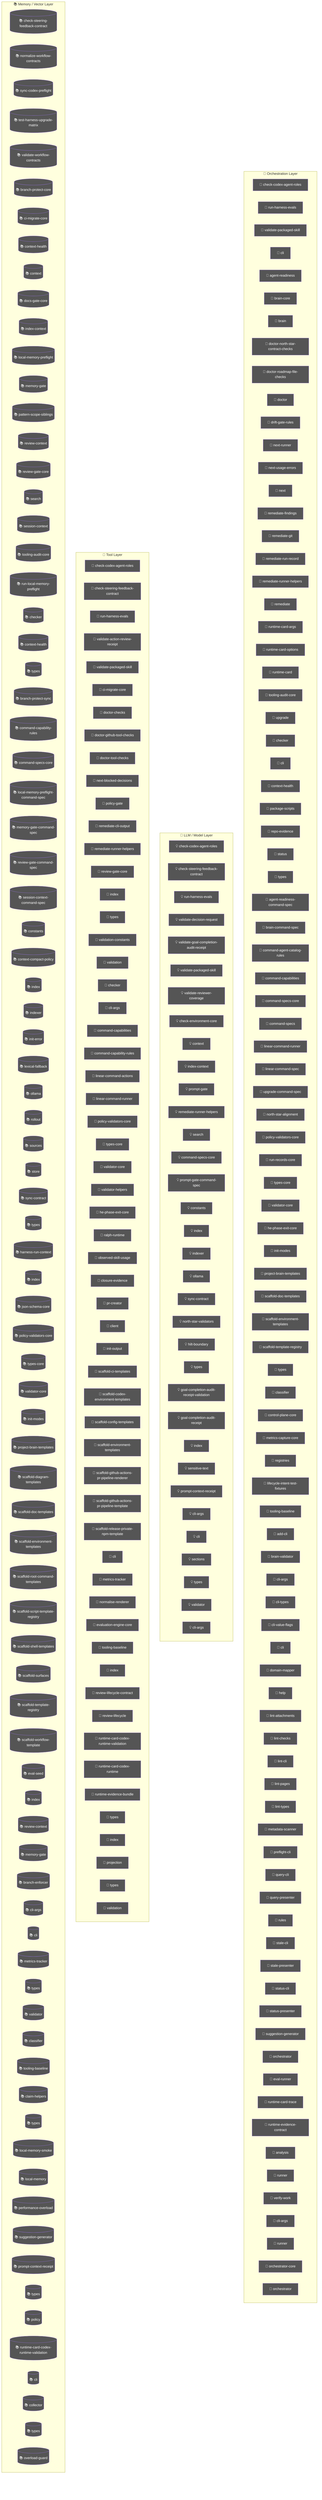
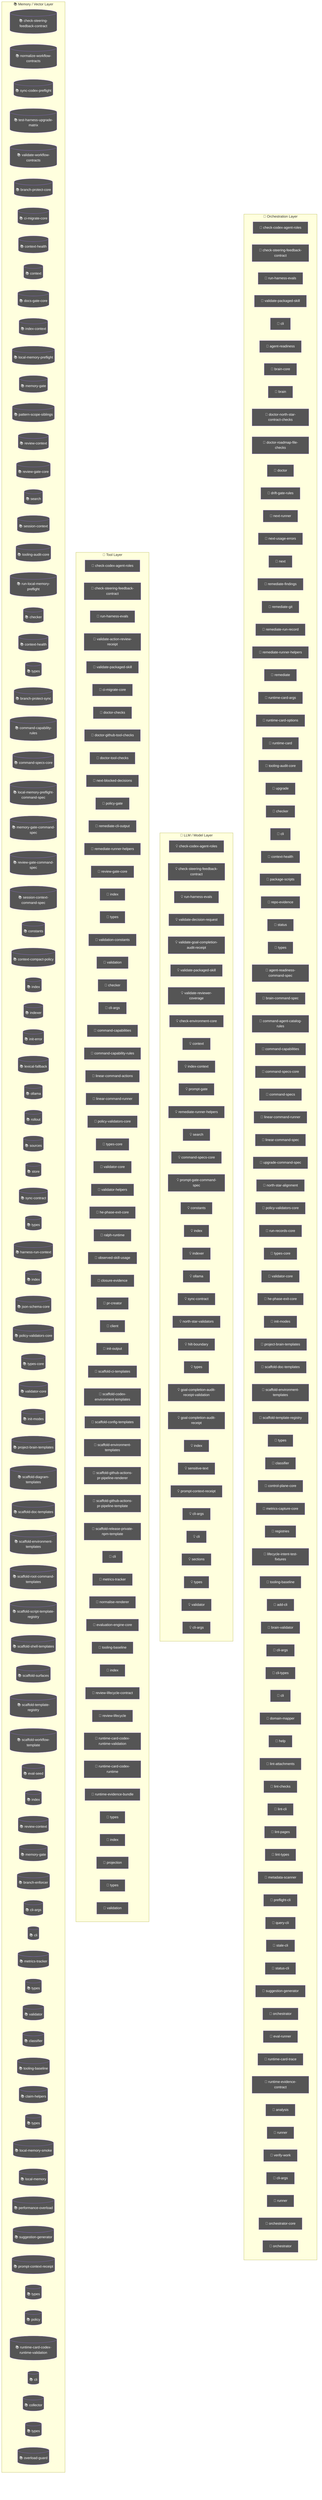
flowchart TD
  subgraph Orchestration["🎯 Orchestration Layer"]
    node_agent_mmd_orchestration_layer_orchestration_chec_7a9f0b64["🤖 check-codex-agent-roles"]
+     node_agent_mmd_orchestration_layer_orchestration_chec_7fd47f5c["🤖 check-steering-feedback-contract"]
    node_agent_mmd_orchestration_layer_orchestration_run__18817957["🤖 run-harness-evals"]
    node_agent_mmd_orchestration_layer_orchestration_vali_c01b04be["🤖 validate-packaged-skill"]
    cli_99bb8840["🤖 cli"]
    agent_readiness_c82c68e6["🤖 agent-readiness"]
    brain_core_aa07c380["🤖 brain-core"]
    brain_bbbf7a64["🤖 brain"]
    doctor_north_star_contract_checks_0048124c["🤖 doctor-north-star-contract-checks"]
    doctor_roadmap_file_checks_14447b8e["🤖 doctor-roadmap-file-checks"]
    doctor_72f4be89["🤖 doctor"]
    drift_gate_rules_9685e72d["🤖 drift-gate-rules"]
    next_runner_41643472["🤖 next-runner"]
    next_usage_errors_837a345a["🤖 next-usage-errors"]
    next_c6c1c9a9["🤖 next"]
    remediate_findings_8b09c8c6["🤖 remediate-findings"]
    remediate_git_58c6f6f4["🤖 remediate-git"]
    remediate_run_record_9dfe5dc1["🤖 remediate-run-record"]
    node_agent_mmd_orchestration_layer_orchestration_reme_359fe98f["🤖 remediate-runner-helpers"]
    remediate_06b9c7fc["🤖 remediate"]
    runtime_card_args_2b3d4b28["🤖 runtime-card-args"]
    runtime_card_options_c9156ad5["🤖 runtime-card-options"]
    runtime_card_e06b53e1["🤖 runtime-card"]
    node_agent_mmd_orchestration_layer_orchestration_tool_acfe0c01["🤖 tooling-audit-core"]
    upgrade_7fef9479["🤖 upgrade"]
    node_agent_mmd_orchestration_layer_orchestration_chec_0550c395["🤖 checker"]
    cli_1_084e05fe["🤖 cli"]
    node_agent_mmd_orchestration_layer_orchestration_cont_61b3b9c9["🤖 context-health"]
    package_scripts_3ee6150f["🤖 package-scripts"]
    repo_evidence_38bb1de5["🤖 repo-evidence"]
    status_073c1634["🤖 status"]
    node_agent_mmd_orchestration_layer_orchestration_type_4f906dcc["🤖 types"]
    agent_readiness_command_spec_a30c2c1e["🤖 agent-readiness-command-spec"]
    brain_command_spec_15b122d5["🤖 brain-command-spec"]
    command_agent_catalog_rules_8e06b2af["🤖 command-agent-catalog-rules"]
    node_agent_mmd_orchestration_layer_orchestration_comm_6e41a7f7["🤖 command-capabilities"]
    node_agent_mmd_orchestration_layer_orchestration_comm_1f8cc24c["🤖 command-specs-core"]
    command_specs_69167c63["🤖 command-specs"]
    node_agent_mmd_orchestration_layer_orchestration_line_b67affd5["🤖 linear-command-runner"]
    linear_command_spec_1e12dd44["🤖 linear-command-spec"]
    upgrade_command_spec_03f6c7bd["🤖 upgrade-command-spec"]
    north_star_alignment_00440188["🤖 north-star-alignment"]
    node_agent_mmd_orchestration_layer_orchestration_poli_3270b55d["🤖 policy-validators-core"]
    run_records_core_89286dfa["🤖 run-records-core"]
    node_agent_mmd_orchestration_layer_orchestration_type_7cf81261["🤖 types-core"]
    node_agent_mmd_orchestration_layer_orchestration_vali_d9fe99e6["🤖 validator-core"]
    node_agent_mmd_orchestration_layer_orchestration_he_p_fc778c24["🤖 he-phase-exit-core"]
    node_agent_mmd_orchestration_layer_orchestration_init_2a9c3ecb["🤖 init-modes"]
    node_agent_mmd_orchestration_layer_orchestration_proj_6ab6f60f["🤖 project-brain-templates"]
    node_agent_mmd_orchestration_layer_orchestration_scaf_12cc07db["🤖 scaffold-doc-templates"]
    node_agent_mmd_orchestration_layer_orchestration_scaf_c9a90c2f["🤖 scaffold-environment-templates"]
    node_agent_mmd_orchestration_layer_orchestration_scaf_ff8f92f6["🤖 scaffold-template-registry"]
    types_14_fe7507be["🤖 types"]
    node_agent_mmd_orchestration_layer_orchestration_clas_899b821a["🤖 classifier"]
    control_plane_core_db3b4cb2["🤖 control-plane-core"]
    metrics_capture_core_db4bf7cf["🤖 metrics-capture-core"]
    registries_06402afa["🤖 registries"]
    lifecycle_intent_test_fixtures_a53c7ada["🤖 lifecycle-intent-test-fixtures"]
    node_agent_mmd_orchestration_layer_orchestration_tool_cc43149f["🤖 tooling-baseline"]
    add_cli_7614de25["🤖 add-cli"]
    brain_validator_be251832["🤖 brain-validator"]
    cli_args_8_d546936e["🤖 cli-args"]
    cli_types_1686e858["🤖 cli-types"]
-     cli_value_flags_732a8e43["🤖 cli-value-flags"]
    cli_9_b54c1407["🤖 cli"]
    domain_mapper_cd9333d2["🤖 domain-mapper"]
    help_106a5842["🤖 help"]
    lint_attachments_873c0632["🤖 lint-attachments"]
    lint_checks_83522b19["🤖 lint-checks"]
    lint_cli_9ec62ec0["🤖 lint-cli"]
    lint_pages_e33301d0["🤖 lint-pages"]
    lint_types_2862c255["🤖 lint-types"]
    metadata_scanner_6a101b66["🤖 metadata-scanner"]
    preflight_cli_5d148379["🤖 preflight-cli"]
    query_cli_b95be64d["🤖 query-cli"]
-     query_presenter_02e6077c["🤖 query-presenter"]
-     rules_6c621d1a["🤖 rules"]
    stale_cli_64548720["🤖 stale-cli"]
-     stale_presenter_1de4e3a2["🤖 stale-presenter"]
    status_cli_4c24a0d6["🤖 status-cli"]
-     status_presenter_8de686c1["🤖 status-presenter"]
    node_agent_mmd_orchestration_layer_orchestration_sugg_85c5ebe3["🤖 suggestion-generator"]
    orchestrator_11376b7e["🤖 orchestrator"]
    eval_runner_0966a6b3["🤖 eval-runner"]
    runtime_card_trace_64a5ca95["🤖 runtime-card-trace"]
    runtime_evidence_contract_0f7b15b2["🤖 runtime-evidence-contract"]
    analysis_f44e85c4["🤖 analysis"]
    runner_527aa9f4["🤖 runner"]
    verify_work_1_cd8e7ec3["🤖 verify-work"]
    cli_args_14_3481043e["🤖 cli-args"]
    runner_1_6f281bf8["🤖 runner"]
    orchestrator_core_d0678b53["🤖 orchestrator-core"]
    orchestrator_1_6b7137c5["🤖 orchestrator"]
  end
  subgraph LLMLayer["🧠 LLM / Model Layer"]
    node_agent_mmd_llm_model_layer_llmlayer_check_codex_a_29e7b7fa["💡 check-codex-agent-roles"]
-     node_agent_mmd_llm_model_layer_llmlayer_check_steerin_a7dbbd2f["💡 check-steering-feedback-contract"]
+     node_agent_mmd_llm_model_layer_llmlayer_check_steerin_0e1bf90d["💡 check-steering-feedback-contract"]
    node_agent_mmd_llm_model_layer_llmlayer_run_harness_e_603fcfdc["💡 run-harness-evals"]
    validate_decision_request_2e5c325e["💡 validate-decision-request"]
    validate_goal_completion_audit_receipt_100d252c["💡 validate-goal-completion-audit-receipt"]
    node_agent_mmd_llm_model_layer_llmlayer_validate_pack_2a12e1f4["💡 validate-packaged-skill"]
    validate_reviewer_coverage_251efee3["💡 validate-reviewer-coverage"]
    check_environment_core_2c16213f["💡 check-environment-core"]
    node_agent_mmd_llm_model_layer_llmlayer_context_conte_ad2dfbd9["💡 context"]
    node_agent_mmd_llm_model_layer_llmlayer_index_context_1041bd11["💡 index-context"]
    prompt_gate_c5e9d207["💡 prompt-gate"]
    node_agent_mmd_llm_model_layer_llmlayer_remediate_run_9e3d4585["💡 remediate-runner-helpers"]
    node_agent_mmd_llm_model_layer_llmlayer_search_search_66b9a911["💡 search"]
    node_agent_mmd_llm_model_layer_llmlayer_command_specs_782af9fa["💡 command-specs-core"]
    prompt_gate_command_spec_9a941482["💡 prompt-gate-command-spec"]
    node_agent_mmd_llm_model_layer_llmlayer_constants_con_c9bd3f6c["💡 constants"]
    node_agent_mmd_llm_model_layer_llmlayer_index_index_1_02e160ff["💡 index"]
    node_agent_mmd_llm_model_layer_llmlayer_indexer_index_4f4deef5["💡 indexer"]
    node_agent_mmd_llm_model_layer_llmlayer_ollama_ollama_968b23fa["💡 ollama"]
    node_agent_mmd_llm_model_layer_llmlayer_sync_contract_9f3cc8c1["💡 sync-contract"]
    north_star_validators_cfc926ce["💡 north-star-validators"]
    hilt_boundary_9b36fb15["💡 hilt-boundary"]
    types_8_f6283648["💡 types"]
    goal_completion_audit_receipt_validation_9d0f4891["💡 goal-completion-audit-receipt-validation"]
    goal_completion_audit_receipt_5e4939c3["💡 goal-completion-audit-receipt"]
    index_3_7e40d474["💡 index"]
    sensitive_text_7c11f760["💡 sensitive-text"]
    node_agent_mmd_llm_model_layer_llmlayer_index_index_1_02e160ff["💡 index"]
    node_agent_mmd_llm_model_layer_llmlayer_prompt_contex_6426acc2["💡 prompt-context-receipt"]
    cli_args_9_9c136878["💡 cli-args"]
    cli_10_35dc8cbd["💡 cli"]
    sections_4697ef32["💡 sections"]
    types_24_c63dc1a7["💡 types"]
    validator_6_3688adbf["💡 validator"]
    cli_args_10_861cdd3f["💡 cli-args"]
  end
  subgraph ToolLayer["🔧 Tool Layer"]
    node_agent_mmd_tool_layer_toollayer_check_codex_agent_4b361d5a["🔧 check-codex-agent-roles"]
-     node_agent_mmd_tool_layer_toollayer_check_steering_fe_84ed22c2["🔧 check-steering-feedback-contract"]
+     node_agent_mmd_tool_layer_toollayer_check_steering_fe_eafecf3a["🔧 check-steering-feedback-contract"]
    node_agent_mmd_tool_layer_toollayer_run_harness_evals_e2ee24f1["🔧 run-harness-evals"]
    validate_action_review_receipt_fa2f06c3["🔧 validate-action-review-receipt"]
    node_agent_mmd_tool_layer_toollayer_validate_packaged_2855c827["🔧 validate-packaged-skill"]
    node_agent_mmd_tool_layer_toollayer_ci_migrate_core_c_049f8460["🔧 ci-migrate-core"]
    doctor_checks_5a2eb2b9["🔧 doctor-checks"]
    doctor_github_tool_checks_a53b0382["🔧 doctor-github-tool-checks"]
    doctor_tool_checks_4acac51a["🔧 doctor-tool-checks"]
    next_blocked_decisions_4140ad2b["🔧 next-blocked-decisions"]
    policy_gate_213f7313["🔧 policy-gate"]
    remediate_cli_output_cc165396["🔧 remediate-cli-output"]
    node_agent_mmd_tool_layer_toollayer_remediate_runner__c003b871["🔧 remediate-runner-helpers"]
    node_agent_mmd_tool_layer_toollayer_review_gate_core__7704598b["🔧 review-gate-core"]
    index_1bc04b52["🔧 index"]
    types_1_4ecdf56e["🔧 types"]
    validation_constants_e002a0f6["🔧 validation-constants"]
    validation_98c41dcd["🔧 validation"]
    node_agent_mmd_tool_layer_toollayer_checker_checker_2_453d593b["🔧 checker"]
    cli_args_1_6144b055["🔧 cli-args"]
    node_agent_mmd_tool_layer_toollayer_command_capabilit_7fe13db1["🔧 command-capabilities"]
    node_agent_mmd_tool_layer_toollayer_command_capabilit_e97a4615["🔧 command-capability-rules"]
    linear_command_actions_e430f4f4["🔧 linear-command-actions"]
    node_agent_mmd_tool_layer_toollayer_linear_command_ru_d6763748["🔧 linear-command-runner"]
    node_agent_mmd_tool_layer_toollayer_policy_validators_af136abf["🔧 policy-validators-core"]
    node_agent_mmd_tool_layer_toollayer_types_core_types__6c8319b6["🔧 types-core"]
    node_agent_mmd_tool_layer_toollayer_validator_core_va_6ef6131f["🔧 validator-core"]
    validator_helpers_7b927667["🔧 validator-helpers"]
    node_agent_mmd_tool_layer_toollayer_he_phase_exit_cor_af016160["🔧 he-phase-exit-core"]
    ralph_runtime_73d63c0e["🔧 ralph-runtime"]
    observed_skill_usage_ed7d5930["🔧 observed-skill-usage"]
    closure_evidence_aaa31467["🔧 closure-evidence"]
    pr_creator_dc6b1ea4["🔧 pr-creator"]
    client_948fe603["🔧 client"]
    init_output_360dce91["🔧 init-output"]
    scaffold_ci_templates_2afd6392["🔧 scaffold-ci-templates"]
    scaffold_codex_environment_templates_334fbbed["🔧 scaffold-codex-environment-templates"]
    scaffold_config_templates_4b80ce53["🔧 scaffold-config-templates"]
    node_agent_mmd_tool_layer_toollayer_scaffold_environm_c1afc013["🔧 scaffold-environment-templates"]
    scaffold_github_actions_pr_pipeline_renderer_1ee18de5["🔧 scaffold-github-actions-pr-pipeline-renderer"]
    scaffold_github_actions_pr_pipeline_template_e2b85f62["🔧 scaffold-github-actions-pr-pipeline-template"]
    scaffold_release_private_npm_template_075499f8["🔧 scaffold-release-private-npm-template"]
    node_agent_mmd_tool_layer_toollayer_cli_cli_2_1_32d9eeaf["🔧 cli"]
    node_agent_mmd_tool_layer_toollayer_metrics_tracker_m_4c9237d8["🔧 metrics-tracker"]
    normalise_renderer_85f2e563["🔧 normalise-renderer"]
    evaluation_engine_core_e054fe49["🔧 evaluation-engine-core"]
    node_agent_mmd_tool_layer_toollayer_tooling_baseline__61e66e9f["🔧 tooling-baseline"]
    index_10_f6785a46["🔧 index"]
    review_lifecycle_contract_e5447221["🔧 review-lifecycle-contract"]
    review_lifecycle_89afa64c["🔧 review-lifecycle"]
    node_agent_mmd_tool_layer_toollayer_runtime_card_code_3636ceac["🔧 runtime-card-codex-runtime-validation"]
    runtime_card_codex_runtime_0655e230["🔧 runtime-card-codex-runtime"]
    runtime_evidence_bundle_d471a232["🔧 runtime-evidence-bundle"]
    types_33_16e22a82["🔧 types"]
    index_13_97df39c8["🔧 index"]
    projection_1b250ea1["🔧 projection"]
    types_35_93e66c64["🔧 types"]
    validation_5_42b61683["🔧 validation"]
  end
  subgraph MemoryLayer["📚 Memory / Vector Layer"]
-     node_agent_mmd_memory_vector_layer_memorylayer_check__d71f8993[("📚 check-steering-feedback-contract")]
+     node_agent_mmd_memory_vector_layer_memorylayer_check__64c86928[("📚 check-steering-feedback-contract")]
    normalize_workflow_contracts_8701f1c8[("📚 normalize-workflow-contracts")]
    sync_codex_preflight_7e7a8dc2[("📚 sync-codex-preflight")]
    test_harness_upgrade_matrix_84113c4e[("📚 test-harness-upgrade-matrix")]
    validate_workflow_contracts_33dc063c[("📚 validate-workflow-contracts")]
    branch_protect_core_a8feb0fd[("📚 branch-protect-core")]
    node_agent_mmd_memory_vector_layer_memorylayer_ci_mig_0cd5b1a4[("📚 ci-migrate-core")]
    context_health_80bb7da9[("📚 context-health")]
    node_agent_mmd_memory_vector_layer_memorylayer_contex_78ceaaa9[("📚 context")]
    docs_gate_core_eb9b6c18[("📚 docs-gate-core")]
    node_agent_mmd_memory_vector_layer_memorylayer_index__6f3402d0[("📚 index-context")]
    local_memory_preflight_dcc36c42[("📚 local-memory-preflight")]
    memory_gate_a577a506[("📚 memory-gate")]
    pattern_scope_siblings_43abe000[("📚 pattern-scope-siblings")]
    review_context_ca6cf81d[("📚 review-context")]
    node_agent_mmd_memory_vector_layer_memorylayer_review_5bee9816[("📚 review-gate-core")]
    node_agent_mmd_memory_vector_layer_memorylayer_search_ac35cb7e[("📚 search")]
    session_context_e5ec72c0[("📚 session-context")]
    node_agent_mmd_memory_vector_layer_memorylayer_toolin_a1185b8f[("📚 tooling-audit-core")]
    run_local_memory_preflight_36e92808[("📚 run-local-memory-preflight")]
    node_agent_mmd_memory_vector_layer_memorylayer_checke_a583eb4f[("📚 checker")]
    node_agent_mmd_memory_vector_layer_memorylayer_contex_fe0865d6[("📚 context-health")]
    node_agent_mmd_memory_vector_layer_memorylayer_types__9ad640a0[("📚 types")]
    branch_protect_sync_570adb18[("📚 branch-protect-sync")]
    node_agent_mmd_memory_vector_layer_memorylayer_comman_c72a5d05[("📚 command-capability-rules")]
    node_agent_mmd_memory_vector_layer_memorylayer_comman_111eb454[("📚 command-specs-core")]
    local_memory_preflight_command_spec_9e23f3ce[("📚 local-memory-preflight-command-spec")]
    memory_gate_command_spec_dc9001a9[("📚 memory-gate-command-spec")]
    review_gate_command_spec_3187376a[("📚 review-gate-command-spec")]
    session_context_command_spec_973afbb1[("📚 session-context-command-spec")]
    node_agent_mmd_memory_vector_layer_memorylayer_consta_702d3f46[("📚 constants")]
    context_compact_policy_3dcaf95d[("📚 context-compact-policy")]
    node_agent_mmd_memory_vector_layer_memorylayer_index__752bc61e[("📚 index")]
    node_agent_mmd_memory_vector_layer_memorylayer_indexe_93e6d86f[("📚 indexer")]
    init_error_5c7dd49f[("📚 init-error")]
    lexical_fallback_723e2b3e[("📚 lexical-fallback")]
    node_agent_mmd_memory_vector_layer_memorylayer_ollama_6d51be16[("📚 ollama")]
    rollout_a4fa034c[("📚 rollout")]
    sources_878a52fc[("📚 sources")]
    store_824d80d7[("📚 store")]
    node_agent_mmd_memory_vector_layer_memorylayer_sync_c_e43418bc[("📚 sync-contract")]
    types_6_1818fb91[("📚 types")]
    harness_run_context_ac7c77a9[("📚 harness-run-context")]
    index_2_10143590[("📚 index")]
    json_schema_core_96d7e328[("📚 json-schema-core")]
    node_agent_mmd_memory_vector_layer_memorylayer_policy_1944de42[("📚 policy-validators-core")]
    node_agent_mmd_memory_vector_layer_memorylayer_types__83f369fa[("📚 types-core")]
    node_agent_mmd_memory_vector_layer_memorylayer_valida_41034356[("📚 validator-core")]
    node_agent_mmd_memory_vector_layer_memorylayer_init_m_333d02c5[("📚 init-modes")]
    node_agent_mmd_memory_vector_layer_memorylayer_projec_3ae304d9[("📚 project-brain-templates")]
    scaffold_diagram_templates_dd88e83c[("📚 scaffold-diagram-templates")]
    node_agent_mmd_memory_vector_layer_memorylayer_scaffo_5fd73b94[("📚 scaffold-doc-templates")]
    node_agent_mmd_memory_vector_layer_memorylayer_scaffo_12b42341[("📚 scaffold-environment-templates")]
    scaffold_root_command_templates_404fed7f[("📚 scaffold-root-command-templates")]
    scaffold_script_template_registry_69312d4e[("📚 scaffold-script-template-registry")]
    scaffold_shell_templates_0ad0f915[("📚 scaffold-shell-templates")]
    scaffold_surfaces_12d6494e[("📚 scaffold-surfaces")]
    node_agent_mmd_memory_vector_layer_memorylayer_scaffo_a86eece1[("📚 scaffold-template-registry")]
    scaffold_workflow_template_92310587[("📚 scaffold-workflow-template")]
    eval_seed_5699fd3e[("📚 eval-seed")]
    index_7_b61a3f30[("📚 index")]
    review_context_1_e3afed15[("📚 review-context")]
    memory_gate_1_265164ac[("📚 memory-gate")]
    branch_enforcer_acb749cd[("📚 branch-enforcer")]
    cli_args_5_09ea29f0[("📚 cli-args")]
    node_agent_mmd_memory_vector_layer_memorylayer_cli_cl_1f1f89ab[("📚 cli")]
    node_agent_mmd_memory_vector_layer_memorylayer_metric_12562178[("📚 metrics-tracker")]
    types_16_0fae1112[("📚 types")]
    validator_4_5180cf23[("📚 validator")]
    node_agent_mmd_memory_vector_layer_memorylayer_classi_1ebbf5ff[("📚 classifier")]
    node_agent_mmd_memory_vector_layer_memorylayer_toolin_14f86b00[("📚 tooling-baseline")]
    claim_helpers_20dc8387[("📚 claim-helpers")]
    types_21_5756f9dc[("📚 types")]
    local_memory_smoke_1175abfc[("📚 local-memory-smoke")]
    local_memory_0db17ecc[("📚 local-memory")]
    performance_overload_c685bfcf[("📚 performance-overload")]
    node_agent_mmd_memory_vector_layer_memorylayer_sugges_267f408d[("📚 suggestion-generator")]
    node_agent_mmd_memory_vector_layer_memorylayer_index__752bc61e[("📚 index")]
    node_agent_mmd_memory_vector_layer_memorylayer_prompt_55c0d605[("📚 prompt-context-receipt")]
    types_28_4476fcc6[("📚 types")]
    policy_1_fc4198db[("📚 policy")]
    node_agent_mmd_memory_vector_layer_memorylayer_runtim_a5d23e7f[("📚 runtime-card-codex-runtime-validation")]
    cli_11_338a8415[("📚 cli")]
    collector_0736fd5b[("📚 collector")]
    types_31_eb363e20[("📚 types")]
    overload_guard_2748c559[("📚 overload-guard")]
  end
  classDef agentNode fill:#555,color:#fff
-   class node_agent_mmd_orchestration_layer_orchestration_chec_7a9f0b64,node_agent_mmd_llm_model_layer_llmlayer_check_codex_a_29e7b7fa,node_agent_mmd_tool_layer_toollayer_check_codex_agent_4b361d5a,node_agent_mmd_orchestration_layer_orchestration_run__18817957,node_agent_mmd_llm_model_layer_llmlayer_run_harness_e_603fcfdc,node_agent_mmd_tool_layer_toollayer_run_harness_evals_e2ee24f1,node_agent_mmd_orchestration_layer_orchestration_vali_c01b04be,node_agent_mmd_llm_model_layer_llmlayer_validate_pack_2a12e1f4,node_agent_mmd_tool_layer_toollayer_validate_packaged_2855c827,cli_99bb8840,agent_readiness_c82c68e6,brain_core_aa07c380,brain_bbbf7a64,doctor_north_star_contract_checks_0048124c,doctor_roadmap_file_checks_14447b8e,doctor_72f4be89,drift_gate_rules_9685e72d,next_runner_41643472,next_usage_errors_837a345a,next_c6c1c9a9,remediate_findings_8b09c8c6,remediate_git_58c6f6f4,remediate_run_record_9dfe5dc1,node_agent_mmd_orchestration_layer_orchestration_reme_359fe98f,node_agent_mmd_llm_model_layer_llmlayer_remediate_run_9e3d4585,node_agent_mmd_tool_layer_toollayer_remediate_runner__c003b871,remediate_06b9c7fc,runtime_card_args_2b3d4b28,runtime_card_options_c9156ad5,runtime_card_e06b53e1,node_agent_mmd_orchestration_layer_orchestration_tool_acfe0c01,node_agent_mmd_memory_vector_layer_memorylayer_toolin_a1185b8f,upgrade_7fef9479,node_agent_mmd_orchestration_layer_orchestration_chec_0550c395,node_agent_mmd_tool_layer_toollayer_checker_checker_2_453d593b,node_agent_mmd_memory_vector_layer_memorylayer_checke_a583eb4f,cli_1_084e05fe,node_agent_mmd_orchestration_layer_orchestration_cont_61b3b9c9,node_agent_mmd_memory_vector_layer_memorylayer_contex_fe0865d6,package_scripts_3ee6150f,repo_evidence_38bb1de5,status_073c1634,node_agent_mmd_orchestration_layer_orchestration_type_4f906dcc,node_agent_mmd_memory_vector_layer_memorylayer_types__9ad640a0,agent_readiness_command_spec_a30c2c1e,brain_command_spec_15b122d5,command_agent_catalog_rules_8e06b2af,node_agent_mmd_orchestration_layer_orchestration_comm_6e41a7f7,node_agent_mmd_tool_layer_toollayer_command_capabilit_7fe13db1,node_agent_mmd_orchestration_layer_orchestration_comm_1f8cc24c,node_agent_mmd_llm_model_layer_llmlayer_command_specs_782af9fa,node_agent_mmd_memory_vector_layer_memorylayer_comman_111eb454,command_specs_69167c63,node_agent_mmd_orchestration_layer_orchestration_line_b67affd5,node_agent_mmd_tool_layer_toollayer_linear_command_ru_d6763748,linear_command_spec_1e12dd44,upgrade_command_spec_03f6c7bd,north_star_alignment_00440188,node_agent_mmd_orchestration_layer_orchestration_poli_3270b55d,node_agent_mmd_tool_layer_toollayer_policy_validators_af136abf,node_agent_mmd_memory_vector_layer_memorylayer_policy_1944de42,run_records_core_89286dfa,node_agent_mmd_orchestration_layer_orchestration_type_7cf81261,node_agent_mmd_tool_layer_toollayer_types_core_types__6c8319b6,node_agent_mmd_memory_vector_layer_memorylayer_types__83f369fa,node_agent_mmd_orchestration_layer_orchestration_vali_d9fe99e6,node_agent_mmd_tool_layer_toollayer_validator_core_va_6ef6131f,node_agent_mmd_memory_vector_layer_memorylayer_valida_41034356,node_agent_mmd_orchestration_layer_orchestration_he_p_fc778c24,node_agent_mmd_tool_layer_toollayer_he_phase_exit_cor_af016160,node_agent_mmd_orchestration_layer_orchestration_init_2a9c3ecb,node_agent_mmd_memory_vector_layer_memorylayer_init_m_333d02c5,node_agent_mmd_orchestration_layer_orchestration_proj_6ab6f60f,node_agent_mmd_memory_vector_layer_memorylayer_projec_3ae304d9,node_agent_mmd_orchestration_layer_orchestration_scaf_12cc07db,node_agent_mmd_memory_vector_layer_memorylayer_scaffo_5fd73b94,node_agent_mmd_orchestration_layer_orchestration_scaf_c9a90c2f,node_agent_mmd_tool_layer_toollayer_scaffold_environm_c1afc013,node_agent_mmd_memory_vector_layer_memorylayer_scaffo_12b42341,node_agent_mmd_orchestration_layer_orchestration_scaf_ff8f92f6,node_agent_mmd_memory_vector_layer_memorylayer_scaffo_a86eece1,types_14_fe7507be,node_agent_mmd_orchestration_layer_orchestration_clas_899b821a,node_agent_mmd_memory_vector_layer_memorylayer_classi_1ebbf5ff,control_plane_core_db3b4cb2,metrics_capture_core_db4bf7cf,registries_06402afa,lifecycle_intent_test_fixtures_a53c7ada,node_agent_mmd_orchestration_layer_orchestration_tool_cc43149f,node_agent_mmd_tool_layer_toollayer_tooling_baseline__61e66e9f,node_agent_mmd_memory_vector_layer_memorylayer_toolin_14f86b00,add_cli_7614de25,brain_validator_be251832,cli_args_8_d546936e,cli_types_1686e858,cli_value_flags_732a8e43,cli_9_b54c1407,domain_mapper_cd9333d2,help_106a5842,lint_attachments_873c0632,lint_checks_83522b19,lint_cli_9ec62ec0,lint_pages_e33301d0,lint_types_2862c255,metadata_scanner_6a101b66,preflight_cli_5d148379,query_cli_b95be64d,query_presenter_02e6077c,rules_6c621d1a,stale_cli_64548720,stale_presenter_1de4e3a2,status_cli_4c24a0d6,status_presenter_8de686c1,node_agent_mmd_orchestration_layer_orchestration_sugg_85c5ebe3,node_agent_mmd_memory_vector_layer_memorylayer_sugges_267f408d,orchestrator_11376b7e,eval_runner_0966a6b3,runtime_card_trace_64a5ca95,runtime_evidence_contract_0f7b15b2,analysis_f44e85c4,runner_527aa9f4,verify_work_1_cd8e7ec3,cli_args_14_3481043e,runner_1_6f281bf8,orchestrator_core_d0678b53,orchestrator_1_6b7137c5 agentNode
+   class node_agent_mmd_orchestration_layer_orchestration_chec_7a9f0b64,node_agent_mmd_llm_model_layer_llmlayer_check_codex_a_29e7b7fa,node_agent_mmd_tool_layer_toollayer_check_codex_agent_4b361d5a,node_agent_mmd_orchestration_layer_orchestration_chec_7fd47f5c,node_agent_mmd_llm_model_layer_llmlayer_check_steerin_0e1bf90d,node_agent_mmd_tool_layer_toollayer_check_steering_fe_eafecf3a,node_agent_mmd_memory_vector_layer_memorylayer_check__64c86928,node_agent_mmd_orchestration_layer_orchestration_run__18817957,node_agent_mmd_llm_model_layer_llmlayer_run_harness_e_603fcfdc,node_agent_mmd_tool_layer_toollayer_run_harness_evals_e2ee24f1,node_agent_mmd_orchestration_layer_orchestration_vali_c01b04be,node_agent_mmd_llm_model_layer_llmlayer_validate_pack_2a12e1f4,node_agent_mmd_tool_layer_toollayer_validate_packaged_2855c827,cli_99bb8840,agent_readiness_c82c68e6,brain_core_aa07c380,brain_bbbf7a64,doctor_north_star_contract_checks_0048124c,doctor_roadmap_file_checks_14447b8e,doctor_72f4be89,drift_gate_rules_9685e72d,next_runner_41643472,next_usage_errors_837a345a,next_c6c1c9a9,remediate_findings_8b09c8c6,remediate_git_58c6f6f4,remediate_run_record_9dfe5dc1,node_agent_mmd_orchestration_layer_orchestration_reme_359fe98f,node_agent_mmd_llm_model_layer_llmlayer_remediate_run_9e3d4585,node_agent_mmd_tool_layer_toollayer_remediate_runner__c003b871,remediate_06b9c7fc,runtime_card_args_2b3d4b28,runtime_card_options_c9156ad5,runtime_card_e06b53e1,node_agent_mmd_orchestration_layer_orchestration_tool_acfe0c01,node_agent_mmd_memory_vector_layer_memorylayer_toolin_a1185b8f,upgrade_7fef9479,node_agent_mmd_orchestration_layer_orchestration_chec_0550c395,node_agent_mmd_tool_layer_toollayer_checker_checker_2_453d593b,node_agent_mmd_memory_vector_layer_memorylayer_checke_a583eb4f,cli_1_084e05fe,node_agent_mmd_orchestration_layer_orchestration_cont_61b3b9c9,node_agent_mmd_memory_vector_layer_memorylayer_contex_fe0865d6,package_scripts_3ee6150f,repo_evidence_38bb1de5,status_073c1634,node_agent_mmd_orchestration_layer_orchestration_type_4f906dcc,node_agent_mmd_memory_vector_layer_memorylayer_types__9ad640a0,agent_readiness_command_spec_a30c2c1e,brain_command_spec_15b122d5,command_agent_catalog_rules_8e06b2af,node_agent_mmd_orchestration_layer_orchestration_comm_6e41a7f7,node_agent_mmd_tool_layer_toollayer_command_capabilit_7fe13db1,node_agent_mmd_orchestration_layer_orchestration_comm_1f8cc24c,node_agent_mmd_llm_model_layer_llmlayer_command_specs_782af9fa,node_agent_mmd_memory_vector_layer_memorylayer_comman_111eb454,command_specs_69167c63,node_agent_mmd_orchestration_layer_orchestration_line_b67affd5,node_agent_mmd_tool_layer_toollayer_linear_command_ru_d6763748,linear_command_spec_1e12dd44,upgrade_command_spec_03f6c7bd,north_star_alignment_00440188,node_agent_mmd_orchestration_layer_orchestration_poli_3270b55d,node_agent_mmd_tool_layer_toollayer_policy_validators_af136abf,node_agent_mmd_memory_vector_layer_memorylayer_policy_1944de42,run_records_core_89286dfa,node_agent_mmd_orchestration_layer_orchestration_type_7cf81261,node_agent_mmd_tool_layer_toollayer_types_core_types__6c8319b6,node_agent_mmd_memory_vector_layer_memorylayer_types__83f369fa,node_agent_mmd_orchestration_layer_orchestration_vali_d9fe99e6,node_agent_mmd_tool_layer_toollayer_validator_core_va_6ef6131f,node_agent_mmd_memory_vector_layer_memorylayer_valida_41034356,node_agent_mmd_orchestration_layer_orchestration_he_p_fc778c24,node_agent_mmd_tool_layer_toollayer_he_phase_exit_cor_af016160,node_agent_mmd_orchestration_layer_orchestration_init_2a9c3ecb,node_agent_mmd_memory_vector_layer_memorylayer_init_m_333d02c5,node_agent_mmd_orchestration_layer_orchestration_proj_6ab6f60f,node_agent_mmd_memory_vector_layer_memorylayer_projec_3ae304d9,node_agent_mmd_orchestration_layer_orchestration_scaf_12cc07db,node_agent_mmd_memory_vector_layer_memorylayer_scaffo_5fd73b94,node_agent_mmd_orchestration_layer_orchestration_scaf_c9a90c2f,node_agent_mmd_tool_layer_toollayer_scaffold_environm_c1afc013,node_agent_mmd_memory_vector_layer_memorylayer_scaffo_12b42341,node_agent_mmd_orchestration_layer_orchestration_scaf_ff8f92f6,node_agent_mmd_memory_vector_layer_memorylayer_scaffo_a86eece1,types_14_fe7507be,node_agent_mmd_orchestration_layer_orchestration_clas_899b821a,node_agent_mmd_memory_vector_layer_memorylayer_classi_1ebbf5ff,control_plane_core_db3b4cb2,metrics_capture_core_db4bf7cf,registries_06402afa,lifecycle_intent_test_fixtures_a53c7ada,node_agent_mmd_orchestration_layer_orchestration_tool_cc43149f,node_agent_mmd_tool_layer_toollayer_tooling_baseline__61e66e9f,node_agent_mmd_memory_vector_layer_memorylayer_toolin_14f86b00,add_cli_7614de25,brain_validator_be251832,cli_args_8_d546936e,cli_types_1686e858,cli_9_b54c1407,domain_mapper_cd9333d2,help_106a5842,lint_attachments_873c0632,lint_checks_83522b19,lint_cli_9ec62ec0,lint_pages_e33301d0,lint_types_2862c255,metadata_scanner_6a101b66,preflight_cli_5d148379,query_cli_b95be64d,stale_cli_64548720,status_cli_4c24a0d6,node_agent_mmd_orchestration_layer_orchestration_sugg_85c5ebe3,node_agent_mmd_memory_vector_layer_memorylayer_sugges_267f408d,orchestrator_11376b7e,eval_runner_0966a6b3,runtime_card_trace_64a5ca95,runtime_evidence_contract_0f7b15b2,analysis_f44e85c4,runner_527aa9f4,verify_work_1_cd8e7ec3,cli_args_14_3481043e,runner_1_6f281bf8,orchestrator_core_d0678b53,orchestrator_1_6b7137c5 agentNode
  classDef llmNode fill:#555,color:#fff
-   class node_agent_mmd_orchestration_layer_orchestration_chec_7a9f0b64,node_agent_mmd_llm_model_layer_llmlayer_check_codex_a_29e7b7fa,node_agent_mmd_tool_layer_toollayer_check_codex_agent_4b361d5a,node_agent_mmd_llm_model_layer_llmlayer_check_steerin_a7dbbd2f,node_agent_mmd_tool_layer_toollayer_check_steering_fe_84ed22c2,node_agent_mmd_memory_vector_layer_memorylayer_check__d71f8993,node_agent_mmd_orchestration_layer_orchestration_run__18817957,node_agent_mmd_llm_model_layer_llmlayer_run_harness_e_603fcfdc,node_agent_mmd_tool_layer_toollayer_run_harness_evals_e2ee24f1,validate_decision_request_2e5c325e,validate_goal_completion_audit_receipt_100d252c,node_agent_mmd_orchestration_layer_orchestration_vali_c01b04be,node_agent_mmd_llm_model_layer_llmlayer_validate_pack_2a12e1f4,node_agent_mmd_tool_layer_toollayer_validate_packaged_2855c827,validate_reviewer_coverage_251efee3,check_environment_core_2c16213f,node_agent_mmd_llm_model_layer_llmlayer_context_conte_ad2dfbd9,node_agent_mmd_memory_vector_layer_memorylayer_contex_78ceaaa9,node_agent_mmd_llm_model_layer_llmlayer_index_context_1041bd11,node_agent_mmd_memory_vector_layer_memorylayer_index__6f3402d0,prompt_gate_c5e9d207,node_agent_mmd_orchestration_layer_orchestration_reme_359fe98f,node_agent_mmd_llm_model_layer_llmlayer_remediate_run_9e3d4585,node_agent_mmd_tool_layer_toollayer_remediate_runner__c003b871,node_agent_mmd_llm_model_layer_llmlayer_search_search_66b9a911,node_agent_mmd_memory_vector_layer_memorylayer_search_ac35cb7e,node_agent_mmd_orchestration_layer_orchestration_comm_1f8cc24c,node_agent_mmd_llm_model_layer_llmlayer_command_specs_782af9fa,node_agent_mmd_memory_vector_layer_memorylayer_comman_111eb454,prompt_gate_command_spec_9a941482,node_agent_mmd_llm_model_layer_llmlayer_constants_con_c9bd3f6c,node_agent_mmd_memory_vector_layer_memorylayer_consta_702d3f46,node_agent_mmd_llm_model_layer_llmlayer_index_index_1_02e160ff,node_agent_mmd_memory_vector_layer_memorylayer_index__752bc61e,node_agent_mmd_llm_model_layer_llmlayer_indexer_index_4f4deef5,node_agent_mmd_memory_vector_layer_memorylayer_indexe_93e6d86f,node_agent_mmd_llm_model_layer_llmlayer_ollama_ollama_968b23fa,node_agent_mmd_memory_vector_layer_memorylayer_ollama_6d51be16,node_agent_mmd_llm_model_layer_llmlayer_sync_contract_9f3cc8c1,node_agent_mmd_memory_vector_layer_memorylayer_sync_c_e43418bc,north_star_validators_cfc926ce,hilt_boundary_9b36fb15,types_8_f6283648,goal_completion_audit_receipt_validation_9d0f4891,goal_completion_audit_receipt_5e4939c3,index_3_7e40d474,sensitive_text_7c11f760,node_agent_mmd_llm_model_layer_llmlayer_prompt_contex_6426acc2,node_agent_mmd_memory_vector_layer_memorylayer_prompt_55c0d605,cli_args_9_9c136878,cli_10_35dc8cbd,sections_4697ef32,types_24_c63dc1a7,validator_6_3688adbf,cli_args_10_861cdd3f llmNode
+   class node_agent_mmd_orchestration_layer_orchestration_chec_7a9f0b64,node_agent_mmd_llm_model_layer_llmlayer_check_codex_a_29e7b7fa,node_agent_mmd_tool_layer_toollayer_check_codex_agent_4b361d5a,node_agent_mmd_orchestration_layer_orchestration_chec_7fd47f5c,node_agent_mmd_llm_model_layer_llmlayer_check_steerin_0e1bf90d,node_agent_mmd_tool_layer_toollayer_check_steering_fe_eafecf3a,node_agent_mmd_memory_vector_layer_memorylayer_check__64c86928,node_agent_mmd_orchestration_layer_orchestration_run__18817957,node_agent_mmd_llm_model_layer_llmlayer_run_harness_e_603fcfdc,node_agent_mmd_tool_layer_toollayer_run_harness_evals_e2ee24f1,validate_decision_request_2e5c325e,validate_goal_completion_audit_receipt_100d252c,node_agent_mmd_orchestration_layer_orchestration_vali_c01b04be,node_agent_mmd_llm_model_layer_llmlayer_validate_pack_2a12e1f4,node_agent_mmd_tool_layer_toollayer_validate_packaged_2855c827,validate_reviewer_coverage_251efee3,check_environment_core_2c16213f,node_agent_mmd_llm_model_layer_llmlayer_context_conte_ad2dfbd9,node_agent_mmd_memory_vector_layer_memorylayer_contex_78ceaaa9,node_agent_mmd_llm_model_layer_llmlayer_index_context_1041bd11,node_agent_mmd_memory_vector_layer_memorylayer_index__6f3402d0,prompt_gate_c5e9d207,node_agent_mmd_orchestration_layer_orchestration_reme_359fe98f,node_agent_mmd_llm_model_layer_llmlayer_remediate_run_9e3d4585,node_agent_mmd_tool_layer_toollayer_remediate_runner__c003b871,node_agent_mmd_llm_model_layer_llmlayer_search_search_66b9a911,node_agent_mmd_memory_vector_layer_memorylayer_search_ac35cb7e,node_agent_mmd_orchestration_layer_orchestration_comm_1f8cc24c,node_agent_mmd_llm_model_layer_llmlayer_command_specs_782af9fa,node_agent_mmd_memory_vector_layer_memorylayer_comman_111eb454,prompt_gate_command_spec_9a941482,node_agent_mmd_llm_model_layer_llmlayer_constants_con_c9bd3f6c,node_agent_mmd_memory_vector_layer_memorylayer_consta_702d3f46,node_agent_mmd_llm_model_layer_llmlayer_index_index_1_02e160ff,node_agent_mmd_memory_vector_layer_memorylayer_index__752bc61e,node_agent_mmd_llm_model_layer_llmlayer_indexer_index_4f4deef5,node_agent_mmd_memory_vector_layer_memorylayer_indexe_93e6d86f,node_agent_mmd_llm_model_layer_llmlayer_ollama_ollama_968b23fa,node_agent_mmd_memory_vector_layer_memorylayer_ollama_6d51be16,node_agent_mmd_llm_model_layer_llmlayer_sync_contract_9f3cc8c1,node_agent_mmd_memory_vector_layer_memorylayer_sync_c_e43418bc,north_star_validators_cfc926ce,hilt_boundary_9b36fb15,types_8_f6283648,goal_completion_audit_receipt_validation_9d0f4891,goal_completion_audit_receipt_5e4939c3,index_3_7e40d474,sensitive_text_7c11f760,node_agent_mmd_llm_model_layer_llmlayer_prompt_contex_6426acc2,node_agent_mmd_memory_vector_layer_memorylayer_prompt_55c0d605,cli_args_9_9c136878,cli_10_35dc8cbd,sections_4697ef32,types_24_c63dc1a7,validator_6_3688adbf,cli_args_10_861cdd3f llmNode
  classDef toolNode fill:#555,color:#fff
-   class node_agent_mmd_orchestration_layer_orchestration_chec_7a9f0b64,node_agent_mmd_llm_model_layer_llmlayer_check_codex_a_29e7b7fa,node_agent_mmd_tool_layer_toollayer_check_codex_agent_4b361d5a,node_agent_mmd_llm_model_layer_llmlayer_check_steerin_a7dbbd2f,node_agent_mmd_tool_layer_toollayer_check_steering_fe_84ed22c2,node_agent_mmd_memory_vector_layer_memorylayer_check__d71f8993,node_agent_mmd_orchestration_layer_orchestration_run__18817957,node_agent_mmd_llm_model_layer_llmlayer_run_harness_e_603fcfdc,node_agent_mmd_tool_layer_toollayer_run_harness_evals_e2ee24f1,validate_action_review_receipt_fa2f06c3,node_agent_mmd_orchestration_layer_orchestration_vali_c01b04be,node_agent_mmd_llm_model_layer_llmlayer_validate_pack_2a12e1f4,node_agent_mmd_tool_layer_toollayer_validate_packaged_2855c827,node_agent_mmd_tool_layer_toollayer_ci_migrate_core_c_049f8460,node_agent_mmd_memory_vector_layer_memorylayer_ci_mig_0cd5b1a4,doctor_checks_5a2eb2b9,doctor_github_tool_checks_a53b0382,doctor_tool_checks_4acac51a,next_blocked_decisions_4140ad2b,policy_gate_213f7313,remediate_cli_output_cc165396,node_agent_mmd_orchestration_layer_orchestration_reme_359fe98f,node_agent_mmd_llm_model_layer_llmlayer_remediate_run_9e3d4585,node_agent_mmd_tool_layer_toollayer_remediate_runner__c003b871,node_agent_mmd_tool_layer_toollayer_review_gate_core__7704598b,node_agent_mmd_memory_vector_layer_memorylayer_review_5bee9816,index_1bc04b52,types_1_4ecdf56e,validation_constants_e002a0f6,validation_98c41dcd,node_agent_mmd_orchestration_layer_orchestration_chec_0550c395,node_agent_mmd_tool_layer_toollayer_checker_checker_2_453d593b,node_agent_mmd_memory_vector_layer_memorylayer_checke_a583eb4f,cli_args_1_6144b055,node_agent_mmd_orchestration_layer_orchestration_comm_6e41a7f7,node_agent_mmd_tool_layer_toollayer_command_capabilit_7fe13db1,node_agent_mmd_tool_layer_toollayer_command_capabilit_e97a4615,node_agent_mmd_memory_vector_layer_memorylayer_comman_c72a5d05,linear_command_actions_e430f4f4,node_agent_mmd_orchestration_layer_orchestration_line_b67affd5,node_agent_mmd_tool_layer_toollayer_linear_command_ru_d6763748,node_agent_mmd_orchestration_layer_orchestration_poli_3270b55d,node_agent_mmd_tool_layer_toollayer_policy_validators_af136abf,node_agent_mmd_memory_vector_layer_memorylayer_policy_1944de42,node_agent_mmd_orchestration_layer_orchestration_type_7cf81261,node_agent_mmd_tool_layer_toollayer_types_core_types__6c8319b6,node_agent_mmd_memory_vector_layer_memorylayer_types__83f369fa,node_agent_mmd_orchestration_layer_orchestration_vali_d9fe99e6,node_agent_mmd_tool_layer_toollayer_validator_core_va_6ef6131f,node_agent_mmd_memory_vector_layer_memorylayer_valida_41034356,validator_helpers_7b927667,node_agent_mmd_orchestration_layer_orchestration_he_p_fc778c24,node_agent_mmd_tool_layer_toollayer_he_phase_exit_cor_af016160,ralph_runtime_73d63c0e,observed_skill_usage_ed7d5930,closure_evidence_aaa31467,pr_creator_dc6b1ea4,client_948fe603,init_output_360dce91,scaffold_ci_templates_2afd6392,scaffold_codex_environment_templates_334fbbed,scaffold_config_templates_4b80ce53,node_agent_mmd_orchestration_layer_orchestration_scaf_c9a90c2f,node_agent_mmd_tool_layer_toollayer_scaffold_environm_c1afc013,node_agent_mmd_memory_vector_layer_memorylayer_scaffo_12b42341,scaffold_github_actions_pr_pipeline_renderer_1ee18de5,scaffold_github_actions_pr_pipeline_template_e2b85f62,scaffold_release_private_npm_template_075499f8,node_agent_mmd_tool_layer_toollayer_cli_cli_2_1_32d9eeaf,node_agent_mmd_memory_vector_layer_memorylayer_cli_cl_1f1f89ab,node_agent_mmd_tool_layer_toollayer_metrics_tracker_m_4c9237d8,node_agent_mmd_memory_vector_layer_memorylayer_metric_12562178,normalise_renderer_85f2e563,evaluation_engine_core_e054fe49,node_agent_mmd_orchestration_layer_orchestration_tool_cc43149f,node_agent_mmd_tool_layer_toollayer_tooling_baseline__61e66e9f,node_agent_mmd_memory_vector_layer_memorylayer_toolin_14f86b00,index_10_f6785a46,review_lifecycle_contract_e5447221,review_lifecycle_89afa64c,node_agent_mmd_tool_layer_toollayer_runtime_card_code_3636ceac,node_agent_mmd_memory_vector_layer_memorylayer_runtim_a5d23e7f,runtime_card_codex_runtime_0655e230,runtime_evidence_bundle_d471a232,types_33_16e22a82,index_13_97df39c8,projection_1b250ea1,types_35_93e66c64,validation_5_42b61683 toolNode
+   class node_agent_mmd_orchestration_layer_orchestration_chec_7a9f0b64,node_agent_mmd_llm_model_layer_llmlayer_check_codex_a_29e7b7fa,node_agent_mmd_tool_layer_toollayer_check_codex_agent_4b361d5a,node_agent_mmd_orchestration_layer_orchestration_chec_7fd47f5c,node_agent_mmd_llm_model_layer_llmlayer_check_steerin_0e1bf90d,node_agent_mmd_tool_layer_toollayer_check_steering_fe_eafecf3a,node_agent_mmd_memory_vector_layer_memorylayer_check__64c86928,node_agent_mmd_orchestration_layer_orchestration_run__18817957,node_agent_mmd_llm_model_layer_llmlayer_run_harness_e_603fcfdc,node_agent_mmd_tool_layer_toollayer_run_harness_evals_e2ee24f1,validate_action_review_receipt_fa2f06c3,node_agent_mmd_orchestration_layer_orchestration_vali_c01b04be,node_agent_mmd_llm_model_layer_llmlayer_validate_pack_2a12e1f4,node_agent_mmd_tool_layer_toollayer_validate_packaged_2855c827,node_agent_mmd_tool_layer_toollayer_ci_migrate_core_c_049f8460,node_agent_mmd_memory_vector_layer_memorylayer_ci_mig_0cd5b1a4,doctor_checks_5a2eb2b9,doctor_github_tool_checks_a53b0382,doctor_tool_checks_4acac51a,next_blocked_decisions_4140ad2b,policy_gate_213f7313,remediate_cli_output_cc165396,node_agent_mmd_orchestration_layer_orchestration_reme_359fe98f,node_agent_mmd_llm_model_layer_llmlayer_remediate_run_9e3d4585,node_agent_mmd_tool_layer_toollayer_remediate_runner__c003b871,node_agent_mmd_tool_layer_toollayer_review_gate_core__7704598b,node_agent_mmd_memory_vector_layer_memorylayer_review_5bee9816,index_1bc04b52,types_1_4ecdf56e,validation_constants_e002a0f6,validation_98c41dcd,node_agent_mmd_orchestration_layer_orchestration_chec_0550c395,node_agent_mmd_tool_layer_toollayer_checker_checker_2_453d593b,node_agent_mmd_memory_vector_layer_memorylayer_checke_a583eb4f,cli_args_1_6144b055,node_agent_mmd_orchestration_layer_orchestration_comm_6e41a7f7,node_agent_mmd_tool_layer_toollayer_command_capabilit_7fe13db1,node_agent_mmd_tool_layer_toollayer_command_capabilit_e97a4615,node_agent_mmd_memory_vector_layer_memorylayer_comman_c72a5d05,linear_command_actions_e430f4f4,node_agent_mmd_orchestration_layer_orchestration_line_b67affd5,node_agent_mmd_tool_layer_toollayer_linear_command_ru_d6763748,node_agent_mmd_orchestration_layer_orchestration_poli_3270b55d,node_agent_mmd_tool_layer_toollayer_policy_validators_af136abf,node_agent_mmd_memory_vector_layer_memorylayer_policy_1944de42,node_agent_mmd_orchestration_layer_orchestration_type_7cf81261,node_agent_mmd_tool_layer_toollayer_types_core_types__6c8319b6,node_agent_mmd_memory_vector_layer_memorylayer_types__83f369fa,node_agent_mmd_orchestration_layer_orchestration_vali_d9fe99e6,node_agent_mmd_tool_layer_toollayer_validator_core_va_6ef6131f,node_agent_mmd_memory_vector_layer_memorylayer_valida_41034356,validator_helpers_7b927667,node_agent_mmd_orchestration_layer_orchestration_he_p_fc778c24,node_agent_mmd_tool_layer_toollayer_he_phase_exit_cor_af016160,ralph_runtime_73d63c0e,observed_skill_usage_ed7d5930,closure_evidence_aaa31467,pr_creator_dc6b1ea4,client_948fe603,init_output_360dce91,scaffold_ci_templates_2afd6392,scaffold_codex_environment_templates_334fbbed,scaffold_config_templates_4b80ce53,node_agent_mmd_orchestration_layer_orchestration_scaf_c9a90c2f,node_agent_mmd_tool_layer_toollayer_scaffold_environm_c1afc013,node_agent_mmd_memory_vector_layer_memorylayer_scaffo_12b42341,scaffold_github_actions_pr_pipeline_renderer_1ee18de5,scaffold_github_actions_pr_pipeline_template_e2b85f62,scaffold_release_private_npm_template_075499f8,node_agent_mmd_tool_layer_toollayer_cli_cli_2_1_32d9eeaf,node_agent_mmd_memory_vector_layer_memorylayer_cli_cl_1f1f89ab,node_agent_mmd_tool_layer_toollayer_metrics_tracker_m_4c9237d8,node_agent_mmd_memory_vector_layer_memorylayer_metric_12562178,normalise_renderer_85f2e563,evaluation_engine_core_e054fe49,node_agent_mmd_orchestration_layer_orchestration_tool_cc43149f,node_agent_mmd_tool_layer_toollayer_tooling_baseline__61e66e9f,node_agent_mmd_memory_vector_layer_memorylayer_toolin_14f86b00,index_10_f6785a46,review_lifecycle_contract_e5447221,review_lifecycle_89afa64c,node_agent_mmd_tool_layer_toollayer_runtime_card_code_3636ceac,node_agent_mmd_memory_vector_layer_memorylayer_runtim_a5d23e7f,runtime_card_codex_runtime_0655e230,runtime_evidence_bundle_d471a232,types_33_16e22a82,index_13_97df39c8,projection_1b250ea1,types_35_93e66c64,validation_5_42b61683 toolNode
  classDef memNode fill:#555,color:#fff
-   class node_agent_mmd_llm_model_layer_llmlayer_check_steerin_a7dbbd2f,node_agent_mmd_tool_layer_toollayer_check_steering_fe_84ed22c2,node_agent_mmd_memory_vector_layer_memorylayer_check__d71f8993,normalize_workflow_contracts_8701f1c8,sync_codex_preflight_7e7a8dc2,test_harness_upgrade_matrix_84113c4e,validate_workflow_contracts_33dc063c,branch_protect_core_a8feb0fd,node_agent_mmd_tool_layer_toollayer_ci_migrate_core_c_049f8460,node_agent_mmd_memory_vector_layer_memorylayer_ci_mig_0cd5b1a4,context_health_80bb7da9,node_agent_mmd_llm_model_layer_llmlayer_context_conte_ad2dfbd9,node_agent_mmd_memory_vector_layer_memorylayer_contex_78ceaaa9,docs_gate_core_eb9b6c18,node_agent_mmd_llm_model_layer_llmlayer_index_context_1041bd11,node_agent_mmd_memory_vector_layer_memorylayer_index__6f3402d0,local_memory_preflight_dcc36c42,memory_gate_a577a506,pattern_scope_siblings_43abe000,review_context_ca6cf81d,node_agent_mmd_tool_layer_toollayer_review_gate_core__7704598b,node_agent_mmd_memory_vector_layer_memorylayer_review_5bee9816,node_agent_mmd_llm_model_layer_llmlayer_search_search_66b9a911,node_agent_mmd_memory_vector_layer_memorylayer_search_ac35cb7e,session_context_e5ec72c0,node_agent_mmd_orchestration_layer_orchestration_tool_acfe0c01,node_agent_mmd_memory_vector_layer_memorylayer_toolin_a1185b8f,run_local_memory_preflight_36e92808,node_agent_mmd_orchestration_layer_orchestration_chec_0550c395,node_agent_mmd_tool_layer_toollayer_checker_checker_2_453d593b,node_agent_mmd_memory_vector_layer_memorylayer_checke_a583eb4f,node_agent_mmd_orchestration_layer_orchestration_cont_61b3b9c9,node_agent_mmd_memory_vector_layer_memorylayer_contex_fe0865d6,node_agent_mmd_orchestration_layer_orchestration_type_4f906dcc,node_agent_mmd_memory_vector_layer_memorylayer_types__9ad640a0,branch_protect_sync_570adb18,node_agent_mmd_tool_layer_toollayer_command_capabilit_e97a4615,node_agent_mmd_memory_vector_layer_memorylayer_comman_c72a5d05,node_agent_mmd_orchestration_layer_orchestration_comm_1f8cc24c,node_agent_mmd_llm_model_layer_llmlayer_command_specs_782af9fa,node_agent_mmd_memory_vector_layer_memorylayer_comman_111eb454,local_memory_preflight_command_spec_9e23f3ce,memory_gate_command_spec_dc9001a9,review_gate_command_spec_3187376a,session_context_command_spec_973afbb1,node_agent_mmd_llm_model_layer_llmlayer_constants_con_c9bd3f6c,node_agent_mmd_memory_vector_layer_memorylayer_consta_702d3f46,context_compact_policy_3dcaf95d,node_agent_mmd_llm_model_layer_llmlayer_index_index_1_02e160ff,node_agent_mmd_memory_vector_layer_memorylayer_index__752bc61e,node_agent_mmd_llm_model_layer_llmlayer_indexer_index_4f4deef5,node_agent_mmd_memory_vector_layer_memorylayer_indexe_93e6d86f,init_error_5c7dd49f,lexical_fallback_723e2b3e,node_agent_mmd_llm_model_layer_llmlayer_ollama_ollama_968b23fa,node_agent_mmd_memory_vector_layer_memorylayer_ollama_6d51be16,rollout_a4fa034c,sources_878a52fc,store_824d80d7,node_agent_mmd_llm_model_layer_llmlayer_sync_contract_9f3cc8c1,node_agent_mmd_memory_vector_layer_memorylayer_sync_c_e43418bc,types_6_1818fb91,harness_run_context_ac7c77a9,index_2_10143590,json_schema_core_96d7e328,node_agent_mmd_orchestration_layer_orchestration_poli_3270b55d,node_agent_mmd_tool_layer_toollayer_policy_validators_af136abf,node_agent_mmd_memory_vector_layer_memorylayer_policy_1944de42,node_agent_mmd_orchestration_layer_orchestration_type_7cf81261,node_agent_mmd_tool_layer_toollayer_types_core_types__6c8319b6,node_agent_mmd_memory_vector_layer_memorylayer_types__83f369fa,node_agent_mmd_orchestration_layer_orchestration_vali_d9fe99e6,node_agent_mmd_tool_layer_toollayer_validator_core_va_6ef6131f,node_agent_mmd_memory_vector_layer_memorylayer_valida_41034356,node_agent_mmd_orchestration_layer_orchestration_init_2a9c3ecb,node_agent_mmd_memory_vector_layer_memorylayer_init_m_333d02c5,node_agent_mmd_orchestration_layer_orchestration_proj_6ab6f60f,node_agent_mmd_memory_vector_layer_memorylayer_projec_3ae304d9,scaffold_diagram_templates_dd88e83c,node_agent_mmd_orchestration_layer_orchestration_scaf_12cc07db,node_agent_mmd_memory_vector_layer_memorylayer_scaffo_5fd73b94,node_agent_mmd_orchestration_layer_orchestration_scaf_c9a90c2f,node_agent_mmd_tool_layer_toollayer_scaffold_environm_c1afc013,node_agent_mmd_memory_vector_layer_memorylayer_scaffo_12b42341,scaffold_root_command_templates_404fed7f,scaffold_script_template_registry_69312d4e,scaffold_shell_templates_0ad0f915,scaffold_surfaces_12d6494e,node_agent_mmd_orchestration_layer_orchestration_scaf_ff8f92f6,node_agent_mmd_memory_vector_layer_memorylayer_scaffo_a86eece1,scaffold_workflow_template_92310587,eval_seed_5699fd3e,index_7_b61a3f30,review_context_1_e3afed15,memory_gate_1_265164ac,branch_enforcer_acb749cd,cli_args_5_09ea29f0,node_agent_mmd_tool_layer_toollayer_cli_cli_2_1_32d9eeaf,node_agent_mmd_memory_vector_layer_memorylayer_cli_cl_1f1f89ab,node_agent_mmd_tool_layer_toollayer_metrics_tracker_m_4c9237d8,node_agent_mmd_memory_vector_layer_memorylayer_metric_12562178,types_16_0fae1112,validator_4_5180cf23,node_agent_mmd_orchestration_layer_orchestration_clas_899b821a,node_agent_mmd_memory_vector_layer_memorylayer_classi_1ebbf5ff,node_agent_mmd_orchestration_layer_orchestration_tool_cc43149f,node_agent_mmd_tool_layer_toollayer_tooling_baseline__61e66e9f,node_agent_mmd_memory_vector_layer_memorylayer_toolin_14f86b00,claim_helpers_20dc8387,types_21_5756f9dc,local_memory_smoke_1175abfc,local_memory_0db17ecc,performance_overload_c685bfcf,node_agent_mmd_orchestration_layer_orchestration_sugg_85c5ebe3,node_agent_mmd_memory_vector_layer_memorylayer_sugges_267f408d,node_agent_mmd_llm_model_layer_llmlayer_prompt_contex_6426acc2,node_agent_mmd_memory_vector_layer_memorylayer_prompt_55c0d605,types_28_4476fcc6,policy_1_fc4198db,node_agent_mmd_tool_layer_toollayer_runtime_card_code_3636ceac,node_agent_mmd_memory_vector_layer_memorylayer_runtim_a5d23e7f,cli_11_338a8415,collector_0736fd5b,types_31_eb363e20,overload_guard_2748c559 memNode
+   class node_agent_mmd_orchestration_layer_orchestration_chec_7fd47f5c,node_agent_mmd_llm_model_layer_llmlayer_check_steerin_0e1bf90d,node_agent_mmd_tool_layer_toollayer_check_steering_fe_eafecf3a,node_agent_mmd_memory_vector_layer_memorylayer_check__64c86928,normalize_workflow_contracts_8701f1c8,sync_codex_preflight_7e7a8dc2,test_harness_upgrade_matrix_84113c4e,validate_workflow_contracts_33dc063c,branch_protect_core_a8feb0fd,node_agent_mmd_tool_layer_toollayer_ci_migrate_core_c_049f8460,node_agent_mmd_memory_vector_layer_memorylayer_ci_mig_0cd5b1a4,context_health_80bb7da9,node_agent_mmd_llm_model_layer_llmlayer_context_conte_ad2dfbd9,node_agent_mmd_memory_vector_layer_memorylayer_contex_78ceaaa9,docs_gate_core_eb9b6c18,node_agent_mmd_llm_model_layer_llmlayer_index_context_1041bd11,node_agent_mmd_memory_vector_layer_memorylayer_index__6f3402d0,local_memory_preflight_dcc36c42,memory_gate_a577a506,pattern_scope_siblings_43abe000,review_context_ca6cf81d,node_agent_mmd_tool_layer_toollayer_review_gate_core__7704598b,node_agent_mmd_memory_vector_layer_memorylayer_review_5bee9816,node_agent_mmd_llm_model_layer_llmlayer_search_search_66b9a911,node_agent_mmd_memory_vector_layer_memorylayer_search_ac35cb7e,session_context_e5ec72c0,node_agent_mmd_orchestration_layer_orchestration_tool_acfe0c01,node_agent_mmd_memory_vector_layer_memorylayer_toolin_a1185b8f,run_local_memory_preflight_36e92808,node_agent_mmd_orchestration_layer_orchestration_chec_0550c395,node_agent_mmd_tool_layer_toollayer_checker_checker_2_453d593b,node_agent_mmd_memory_vector_layer_memorylayer_checke_a583eb4f,node_agent_mmd_orchestration_layer_orchestration_cont_61b3b9c9,node_agent_mmd_memory_vector_layer_memorylayer_contex_fe0865d6,node_agent_mmd_orchestration_layer_orchestration_type_4f906dcc,node_agent_mmd_memory_vector_layer_memorylayer_types__9ad640a0,branch_protect_sync_570adb18,node_agent_mmd_tool_layer_toollayer_command_capabilit_e97a4615,node_agent_mmd_memory_vector_layer_memorylayer_comman_c72a5d05,node_agent_mmd_orchestration_layer_orchestration_comm_1f8cc24c,node_agent_mmd_llm_model_layer_llmlayer_command_specs_782af9fa,node_agent_mmd_memory_vector_layer_memorylayer_comman_111eb454,local_memory_preflight_command_spec_9e23f3ce,memory_gate_command_spec_dc9001a9,review_gate_command_spec_3187376a,session_context_command_spec_973afbb1,node_agent_mmd_llm_model_layer_llmlayer_constants_con_c9bd3f6c,node_agent_mmd_memory_vector_layer_memorylayer_consta_702d3f46,context_compact_policy_3dcaf95d,node_agent_mmd_llm_model_layer_llmlayer_index_index_1_02e160ff,node_agent_mmd_memory_vector_layer_memorylayer_index__752bc61e,node_agent_mmd_llm_model_layer_llmlayer_indexer_index_4f4deef5,node_agent_mmd_memory_vector_layer_memorylayer_indexe_93e6d86f,init_error_5c7dd49f,lexical_fallback_723e2b3e,node_agent_mmd_llm_model_layer_llmlayer_ollama_ollama_968b23fa,node_agent_mmd_memory_vector_layer_memorylayer_ollama_6d51be16,rollout_a4fa034c,sources_878a52fc,store_824d80d7,node_agent_mmd_llm_model_layer_llmlayer_sync_contract_9f3cc8c1,node_agent_mmd_memory_vector_layer_memorylayer_sync_c_e43418bc,types_6_1818fb91,harness_run_context_ac7c77a9,index_2_10143590,json_schema_core_96d7e328,node_agent_mmd_orchestration_layer_orchestration_poli_3270b55d,node_agent_mmd_tool_layer_toollayer_policy_validators_af136abf,node_agent_mmd_memory_vector_layer_memorylayer_policy_1944de42,node_agent_mmd_orchestration_layer_orchestration_type_7cf81261,node_agent_mmd_tool_layer_toollayer_types_core_types__6c8319b6,node_agent_mmd_memory_vector_layer_memorylayer_types__83f369fa,node_agent_mmd_orchestration_layer_orchestration_vali_d9fe99e6,node_agent_mmd_tool_layer_toollayer_validator_core_va_6ef6131f,node_agent_mmd_memory_vector_layer_memorylayer_valida_41034356,node_agent_mmd_orchestration_layer_orchestration_init_2a9c3ecb,node_agent_mmd_memory_vector_layer_memorylayer_init_m_333d02c5,node_agent_mmd_orchestration_layer_orchestration_proj_6ab6f60f,node_agent_mmd_memory_vector_layer_memorylayer_projec_3ae304d9,scaffold_diagram_templates_dd88e83c,node_agent_mmd_orchestration_layer_orchestration_scaf_12cc07db,node_agent_mmd_memory_vector_layer_memorylayer_scaffo_5fd73b94,node_agent_mmd_orchestration_layer_orchestration_scaf_c9a90c2f,node_agent_mmd_tool_layer_toollayer_scaffold_environm_c1afc013,node_agent_mmd_memory_vector_layer_memorylayer_scaffo_12b42341,scaffold_root_command_templates_404fed7f,scaffold_script_template_registry_69312d4e,scaffold_shell_templates_0ad0f915,scaffold_surfaces_12d6494e,node_agent_mmd_orchestration_layer_orchestration_scaf_ff8f92f6,node_agent_mmd_memory_vector_layer_memorylayer_scaffo_a86eece1,scaffold_workflow_template_92310587,eval_seed_5699fd3e,index_7_b61a3f30,review_context_1_e3afed15,memory_gate_1_265164ac,branch_enforcer_acb749cd,cli_args_5_09ea29f0,node_agent_mmd_tool_layer_toollayer_cli_cli_2_1_32d9eeaf,node_agent_mmd_memory_vector_layer_memorylayer_cli_cl_1f1f89ab,node_agent_mmd_tool_layer_toollayer_metrics_tracker_m_4c9237d8,node_agent_mmd_memory_vector_layer_memorylayer_metric_12562178,types_16_0fae1112,validator_4_5180cf23,node_agent_mmd_orchestration_layer_orchestration_clas_899b821a,node_agent_mmd_memory_vector_layer_memorylayer_classi_1ebbf5ff,node_agent_mmd_orchestration_layer_orchestration_tool_cc43149f,node_agent_mmd_tool_layer_toollayer_tooling_baseline__61e66e9f,node_agent_mmd_memory_vector_layer_memorylayer_toolin_14f86b00,claim_helpers_20dc8387,types_21_5756f9dc,local_memory_smoke_1175abfc,local_memory_0db17ecc,performance_overload_c685bfcf,node_agent_mmd_orchestration_layer_orchestration_sugg_85c5ebe3,node_agent_mmd_memory_vector_layer_memorylayer_sugges_267f408d,node_agent_mmd_llm_model_layer_llmlayer_prompt_contex_6426acc2,node_agent_mmd_memory_vector_layer_memorylayer_prompt_55c0d605,types_28_4476fcc6,policy_1_fc4198db,node_agent_mmd_tool_layer_toollayer_runtime_card_code_3636ceac,node_agent_mmd_memory_vector_layer_memorylayer_runtim_a5d23e7f,cli_11_338a8415,collector_0736fd5b,types_31_eb363e20,overload_guard_2748c559 memNode
